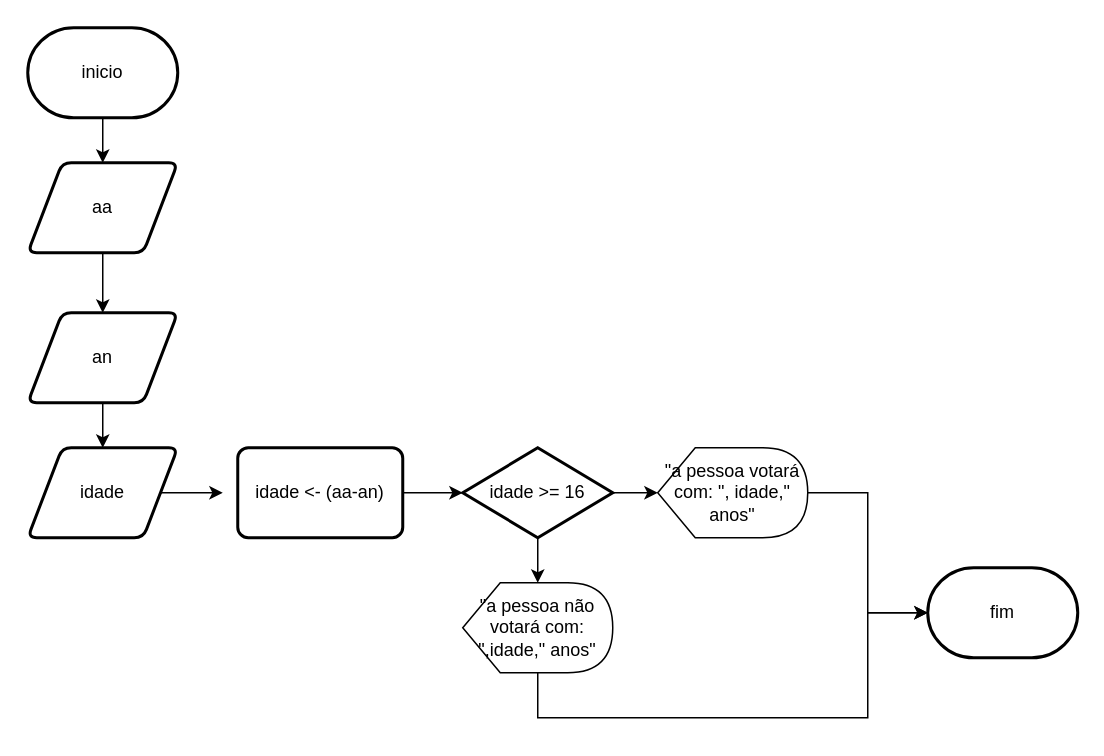
The draw.io diagram 2ATVquestão5.drawio in MarcosWPinheiroM/php, before the edit. Source tidied: cells renumbered, new cells numbered last; positions are measured from the earlier drawing's top-left corner, leaving out a move shared by most shapes. Both pictures are drawn from the tidied source at 150%, with x=0, y=0 at pixel (27, 27).
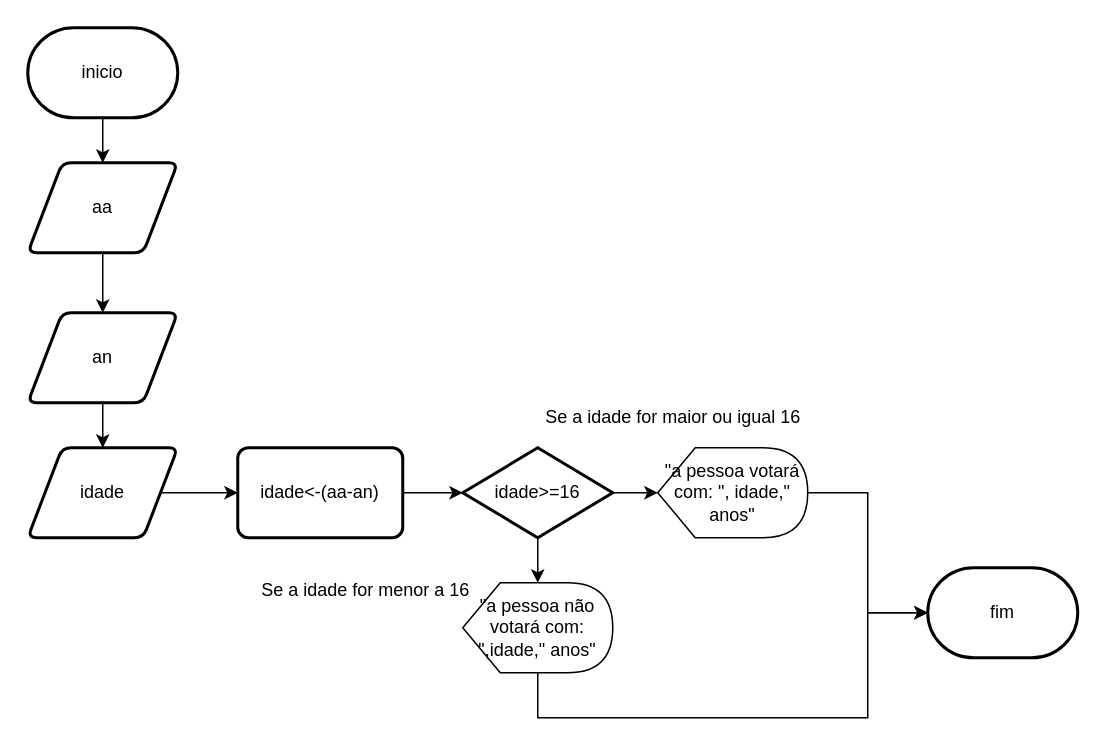
Above is the later version.

Unchanged cells that the change refers to:
```xml
<mxCell id="9" value="idade" style="shape=parallelogram;html=1;strokeWidth=2;perimeter=parallelogramPerimeter;whiteSpace=wrap;rounded=1;arcSize=12;size=0.23;" parent="1" vertex="1">
  <mxGeometry y="280" width="100" height="60" as="geometry" />
</mxCell>
```

Change to the diagram source:
```diff
@@
-    <mxCell id="8" style="edgeStyle=orthogonalEdgeStyle;rounded=0;jettySize=auto;html=1;" parent="1" edge="1" source="9">
-      <mxGeometry relative="1" as="geometry">
-        <mxPoint x="130" y="310" as="targetPoint" />
-      </mxGeometry>
+    <mxCell id="8" style="edgeStyle=orthogonalEdgeStyle;rounded=0;jettySize=auto;html=1;entryX=0;entryY=0.5;entryDx=0;entryDy=0;entryPerimeter=0;" parent="1" edge="1" source="9" target="11">
+      <mxGeometry relative="1" as="geometry" />
     </mxCell>
@@
-    <mxCell id="11" value="idade &amp;lt;- (aa-an)" style="rounded=1;whiteSpace=wrap;html=1;absoluteArcSize=1;arcSize=14;strokeWidth=2;" parent="1" vertex="1">
+    <mxCell id="11" value="idade&amp;lt;-(aa-an)" style="rounded=1;whiteSpace=wrap;html=1;absoluteArcSize=1;arcSize=14;strokeWidth=2;" parent="1" vertex="1">
       <mxGeometry x="140" y="280" width="110" height="60" as="geometry" />
     </mxCell>
@@
-    <mxCell id="14" value="idade &amp;gt;= 16" style="strokeWidth=2;html=1;shape=mxgraph.flowchart.decision;whiteSpace=wrap;" parent="1" vertex="1">
+    <mxCell id="14" value="idade&amp;gt;=16" style="strokeWidth=2;html=1;shape=mxgraph.flowchart.decision;whiteSpace=wrap;" parent="1" vertex="1">
       <mxGeometry x="290" y="280" width="100" height="60" as="geometry" />
     </mxCell>
@@
+    <mxCell id="20" value="Se a idade for menor a 16" style="text;html=1;align=center;verticalAlign=middle;strokeColor=none;fillColor=none;" parent="1" vertex="1">
+      <mxGeometry x="140" y="360" width="170" height="30" as="geometry" />
+    </mxCell>
+    <mxCell id="21" value="Se a idade for maior ou igual 16" style="text;html=1;align=center;verticalAlign=middle;strokeColor=none;fillColor=none;" parent="1" vertex="1">
+      <mxGeometry x="330" y="245" width="200" height="30" as="geometry" />
+    </mxCell>
```
